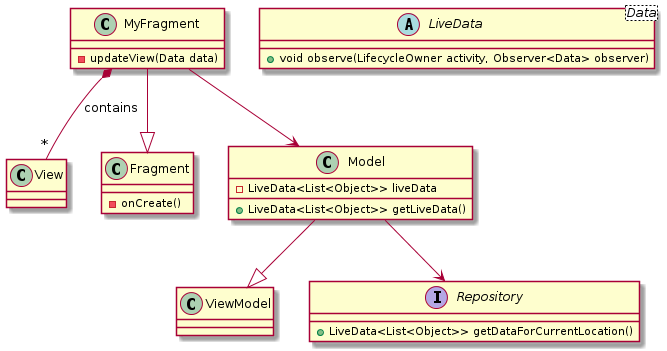
raphaelhetzel/local-campus-app keeps this PlantUML diagram as documentation/FrontendArchitecture.png. Above is the earlier version.
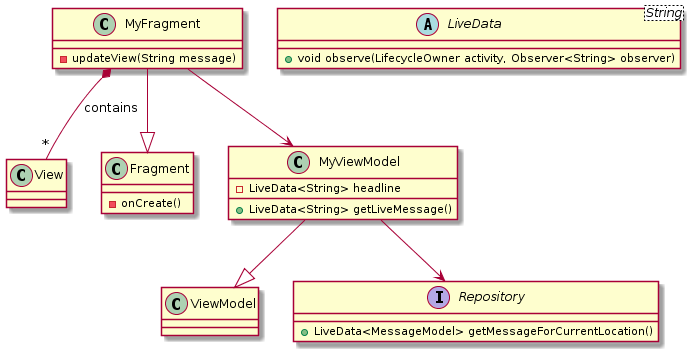
The same diagram one commit later.

What changed in the source:
```diff
@@ -5,30 +5,30 @@
 class ViewModel
 
 class MyFragment{
-- updateView(Data data)
+- updateView(String message)
 }
 
 class Fragment{
 - onCreate()
 }
 
-class Model{
-- LiveData<List<Object>> liveData
-+ LiveData<List<Object>> getLiveData()
+class MyViewModel{
+- LiveData<String> headline
++ LiveData<String> getLiveMessage()
 }
 
 interface Repository{
-+ LiveData<List<Object>> getDataForCurrentLocation()
++ LiveData<MessageModel> getMessageForCurrentLocation()
 }
 
-abstract class LiveData<Data>{
-+ void observe(LifecycleOwner activity, Observer<Data> observer)
+abstract class LiveData<String>{
++ void observe(LifecycleOwner activity, Observer<String> observer)
 }
 
-Model --|> ViewModel
+MyViewModel --|> ViewModel
 MyFragment --|> Fragment
-Model --> Repository
+MyViewModel --> Repository
 MyFragment *-- "*" View : contains
-MyFragment --> Model
+MyFragment --> MyViewModel
 
 @enduml
```
